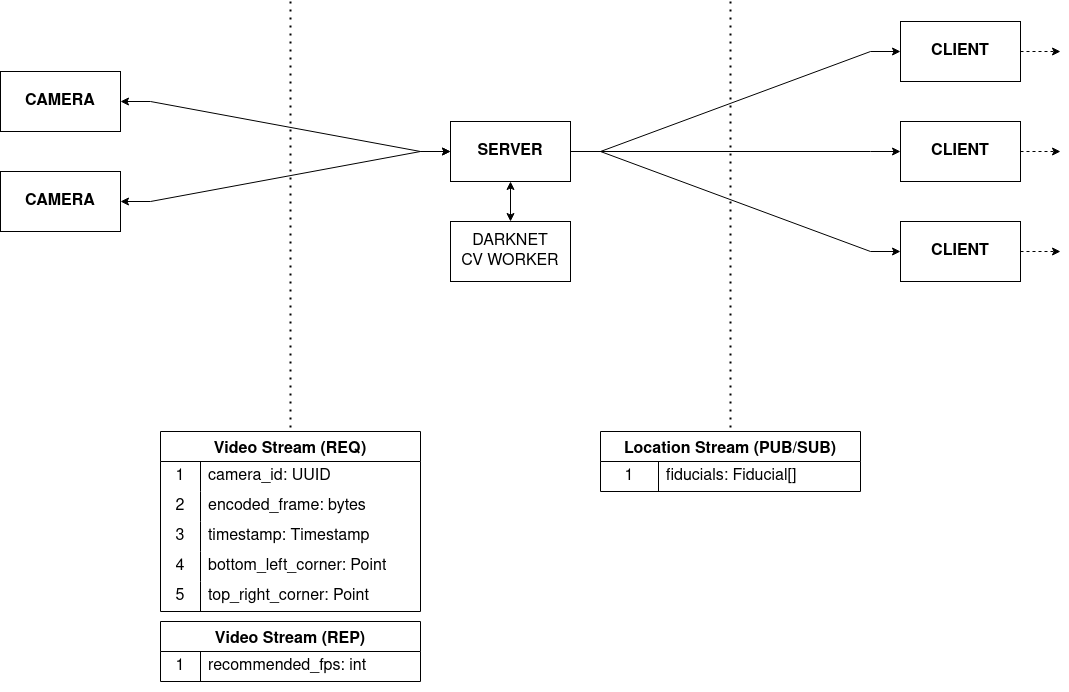
mahyarmirrashed/fiducial-tracker keeps this draw.io diagram as res/architecture.png. Above is the earlier version. Source tidied: cells renumbered, new cells last; positions are measured from the earlier drawing's top-left corner, leaving out a move shared by most shapes.
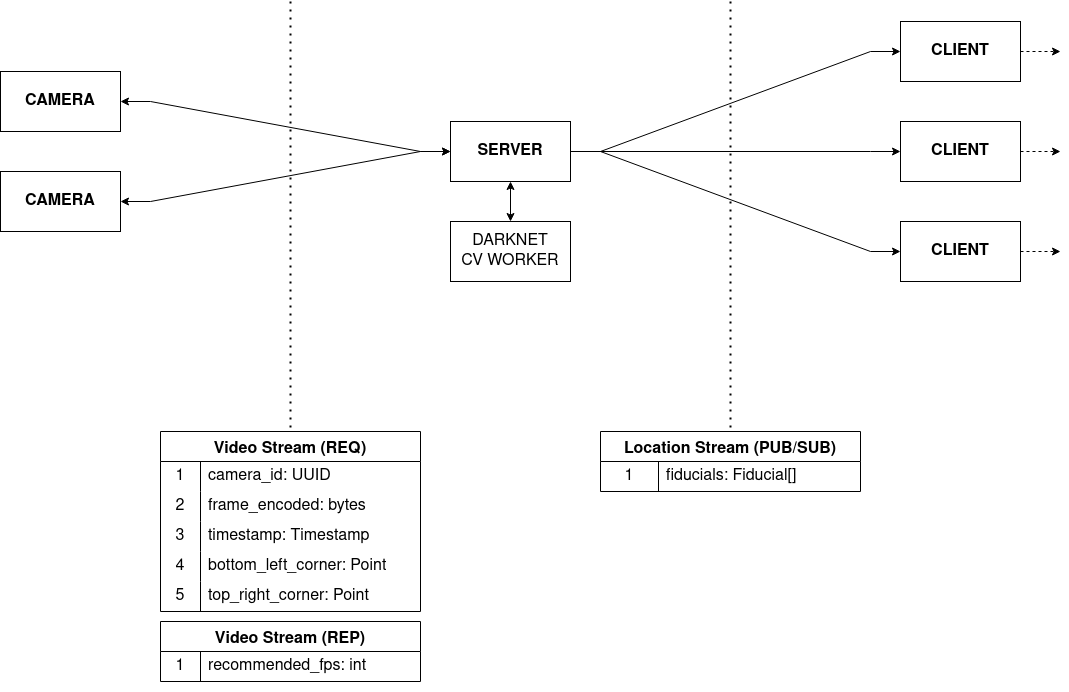
The same file after the commit.

Commit message:
docs: update diagram to match field names

Change to the diagram source:
```diff
@@ -71,7 +71,7 @@
     <mxCell id="22" value="2" style="shape=partialRectangle;html=1;whiteSpace=wrap;fillColor=none;top=0;left=0;bottom=0;right=0;overflow=hidden;strokeColor=inherit;fontSize=16;" parent="21" vertex="1">
       <mxGeometry width="40" height="30" as="geometry" />
     </mxCell>
-    <mxCell id="23" value="encoded_frame: bytes" style="shape=partialRectangle;html=1;whiteSpace=wrap;fillColor=none;top=0;left=0;bottom=0;right=0;align=left;spacingLeft=6;overflow=hidden;strokeColor=inherit;fontSize=16;" parent="21" vertex="1">
+    <mxCell id="23" value="frame_encoded: bytes" style="shape=partialRectangle;html=1;whiteSpace=wrap;fillColor=none;top=0;left=0;bottom=0;right=0;align=left;spacingLeft=6;overflow=hidden;strokeColor=inherit;fontSize=16;" parent="21" vertex="1">
       <mxGeometry x="40" width="220" height="30" as="geometry" />
     </mxCell>
     <mxCell id="24" style="shape=tableRow;horizontal=0;startSize=0;swimlaneHead=0;swimlaneBody=0;top=0;left=0;bottom=0;right=0;fillColor=none;strokeColor=inherit;fontSize=16;" parent="17" vertex="1">
```
